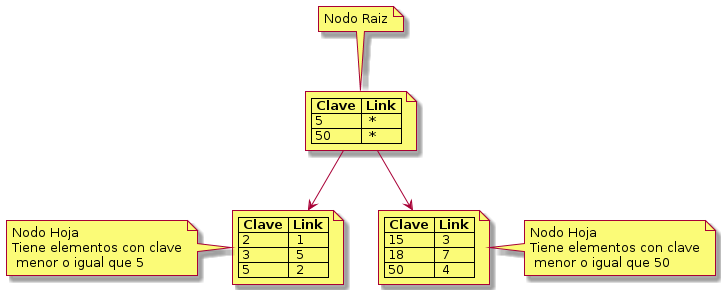
The PlantUML diagram clases/reinosa/img/btree-1.png in manu-utn/bitacora-gestion-de-datos, before a commit.
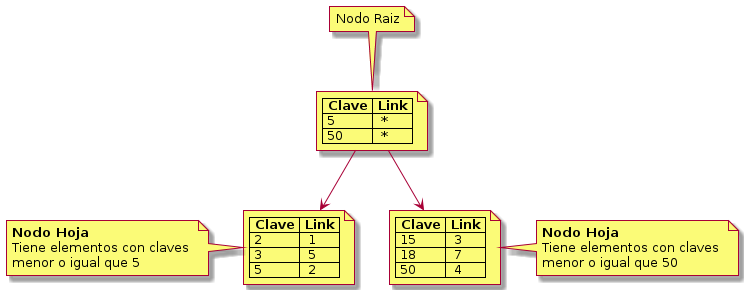
After the commit.

What changed in the source:
```diff
@@ -24,6 +24,6 @@
 nodoRaiz-d->nodoHojaIzq
 
 note top of nodoRaiz : Nodo Raiz
-note left of nodoHojaIzq: Nodo Hoja\nTiene elementos con clave\n menor o igual que 5
-note right of nodoHojaDer: Nodo Hoja\nTiene elementos con clave\n menor o igual que 50
+note left of nodoHojaIzq: **Nodo Hoja** \nTiene elementos con claves \nmenor o igual que 5
+note right of nodoHojaDer: **Nodo Hoja** \nTiene elementos con claves \nmenor o igual que 50
 @enduml
```
